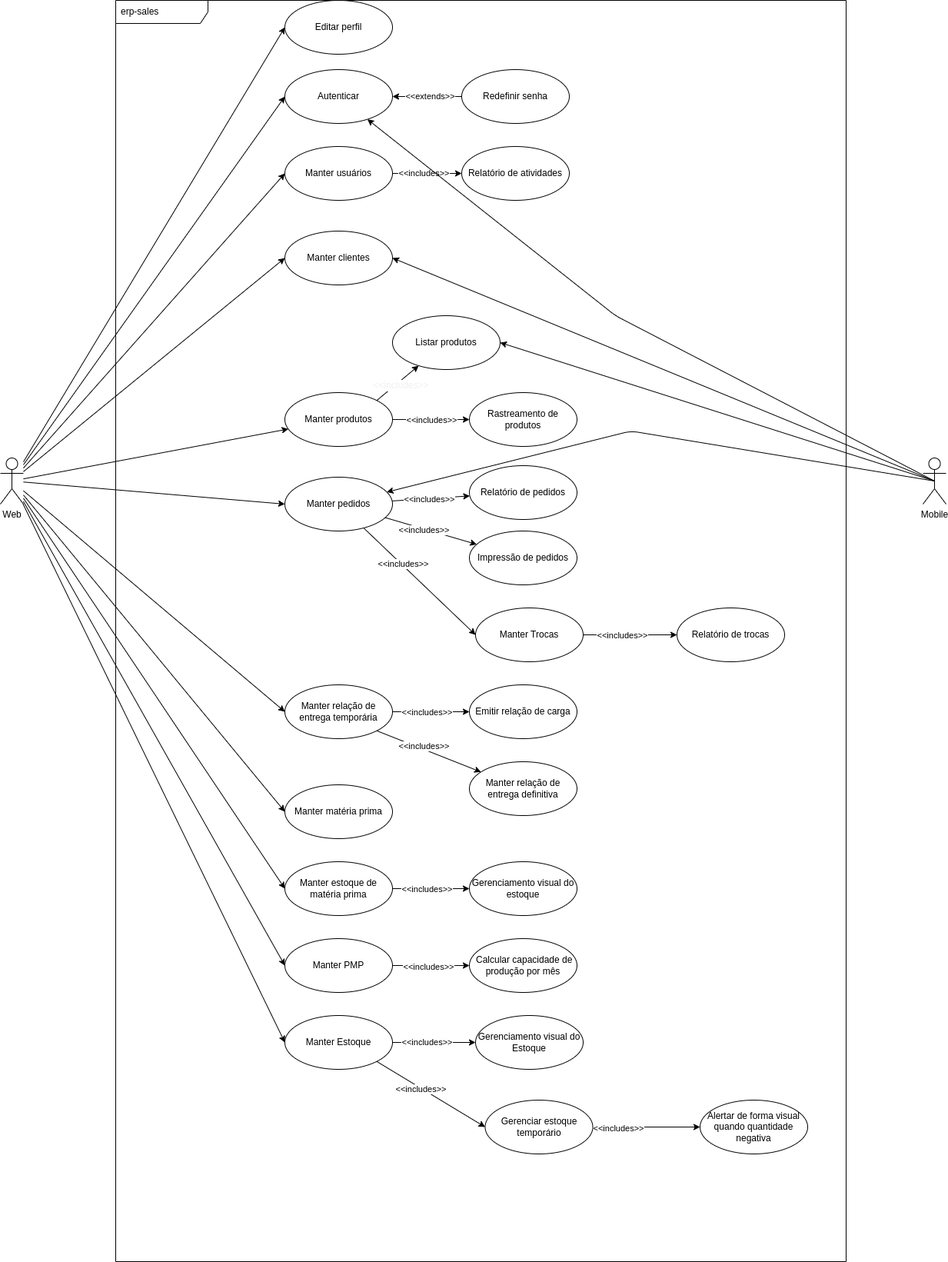
Above: documentation/usecase-diagram.png in gabrielmrenno/erp_sales (draw.io), before the change. Source tidied: cells renumbered, new cells last; positions are measured from the earlier drawing's top-left corner, leaving out a move shared by most shapes.
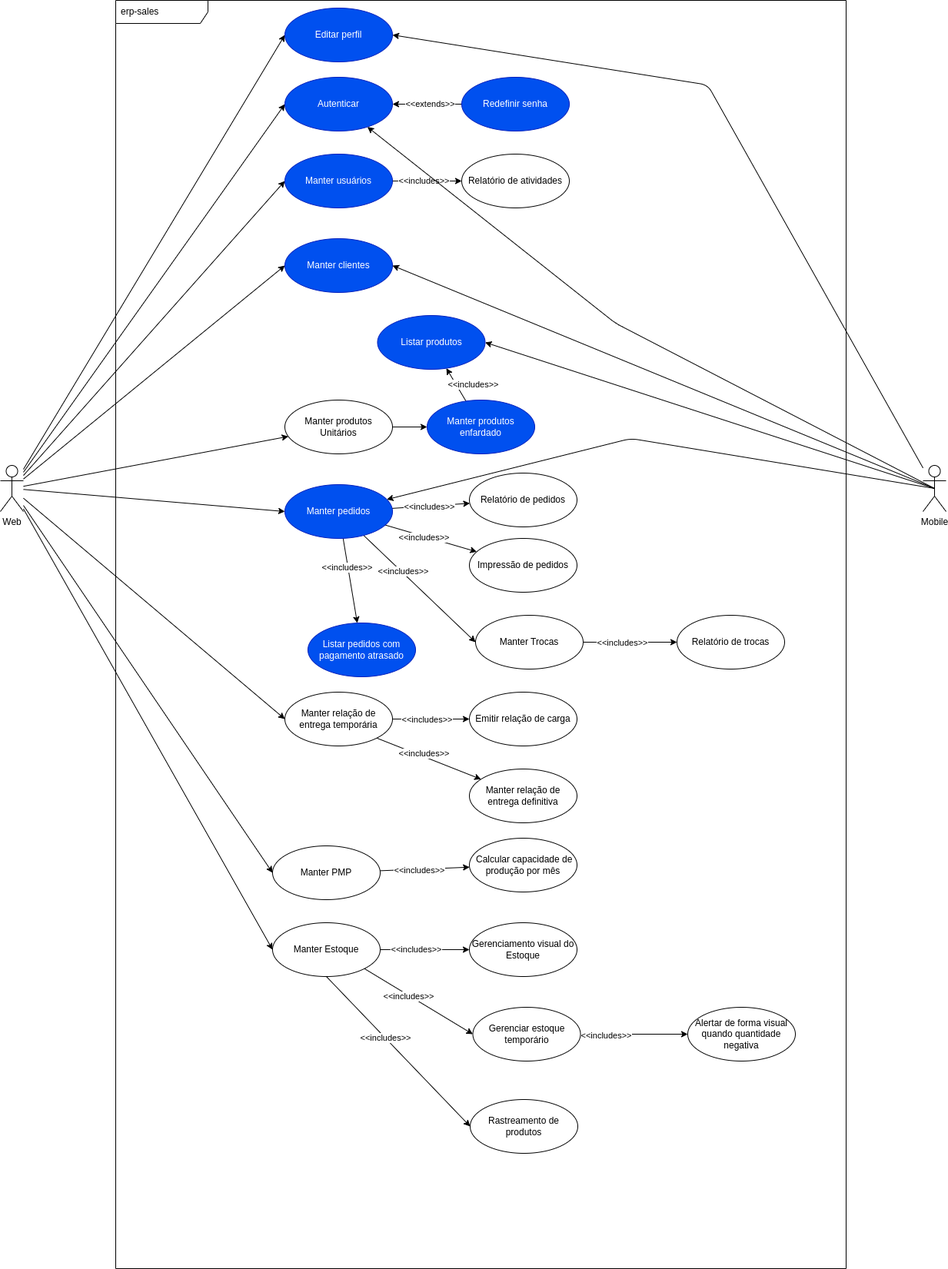
Later version of the same file.

Diff of the diagram source:
```diff
@@ -3,7 +3,7 @@
     <mxCell id="0" />
     <mxCell id="1" parent="0" />
     <mxCell id="2" value="erp-sales" style="shape=umlFrame;whiteSpace=wrap;html=1;width=120;height=30;boundedLbl=1;verticalAlign=middle;align=left;spacingLeft=5;" parent="1" vertex="1">
-      <mxGeometry x="150" width="950" height="1640" as="geometry" />
+      <mxGeometry x="150" y="-10" width="950" height="1650" as="geometry" />
     </mxCell>
     <mxCell id="3" style="edgeStyle=none;html=1;entryX=0;entryY=0.5;entryDx=0;entryDy=0;" parent="1" edge="1" source="14" target="17">
       <mxGeometry relative="1" as="geometry" />
@@ -23,12 +23,6 @@
     <mxCell id="8" style="edgeStyle=none;html=1;entryX=0;entryY=0.5;entryDx=0;entryDy=0;" parent="1" edge="1" source="14" target="55">
       <mxGeometry relative="1" as="geometry" />
     </mxCell>
-    <mxCell id="9" style="edgeStyle=none;html=1;entryX=0;entryY=0.5;entryDx=0;entryDy=0;" parent="1" edge="1" source="14" target="32">
-      <mxGeometry relative="1" as="geometry" />
-    </mxCell>
-    <mxCell id="10" style="edgeStyle=none;html=1;entryX=0;entryY=0.5;entryDx=0;entryDy=0;" parent="1" edge="1" source="14" target="35">
-      <mxGeometry relative="1" as="geometry" />
-    </mxCell>
     <mxCell id="11" style="edgeStyle=none;html=1;entryX=0;entryY=0.5;entryDx=0;entryDy=0;" parent="1" edge="1" source="14" target="41">
       <mxGeometry relative="1" as="geometry" />
     </mxCell>
@@ -49,24 +43,27 @@
         <mxPoint x="5" y="-2" as="offset" />
       </mxGeometry>
     </mxCell>
-    <mxCell id="17" value="Manter usuários" style="ellipse;whiteSpace=wrap;html=1;" parent="1" vertex="1">
+    <mxCell id="17" value="Manter usuários" style="ellipse;whiteSpace=wrap;html=1;fillColor=#0050ef;fontColor=#ffffff;strokeColor=#001DBC;" parent="1" vertex="1">
       <mxGeometry x="370" y="190" width="140" height="70" as="geometry" />
     </mxCell>
-    <mxCell id="18" value="Autenticar" style="ellipse;whiteSpace=wrap;html=1;" parent="1" vertex="1">
+    <mxCell id="18" value="Autenticar" style="ellipse;whiteSpace=wrap;html=1;fillColor=#0050ef;fontColor=#ffffff;strokeColor=#001DBC;" parent="1" vertex="1">
       <mxGeometry x="370" y="90" width="140" height="70" as="geometry" />
     </mxCell>
-    <mxCell id="19" value="Manter clientes" style="ellipse;whiteSpace=wrap;html=1;" parent="1" vertex="1">
+    <mxCell id="19" value="Manter clientes" style="ellipse;whiteSpace=wrap;html=1;fillColor=#0050ef;fontColor=#ffffff;strokeColor=#001DBC;" parent="1" vertex="1">
       <mxGeometry x="370" y="300" width="140" height="70" as="geometry" />
     </mxCell>
-    <mxCell id="20" style="edgeStyle=none;html=1;exitX=1;exitY=0;exitDx=0;exitDy=0;fontFamily=Helvetica;fontSize=12;fontColor=rgb(240, 240, 240);" parent="1" edge="1" source="22" target="77">
+    <mxCell id="20" style="edgeStyle=none;html=1;fontFamily=Helvetica;fontSize=12;fontColor=rgb(240, 240, 240);" parent="1" edge="1" source="86" target="77">
       <mxGeometry relative="1" as="geometry" />
     </mxCell>
-    <mxCell id="21" value="&amp;lt;&amp;lt;includes&amp;gt;&amp;gt;" style="edgeLabel;html=1;align=center;verticalAlign=middle;fontSize=12;fontFamily=Helvetica;fontColor=rgb(240, 240, 240);" parent="20" vertex="1">
+    <mxCell id="21" value="&amp;lt;&amp;lt;includes&amp;gt;&amp;gt;" style="edgeLabel;html=1;align=center;verticalAlign=middle;fontSize=11;fontFamily=Helvetica;fontColor=default;" parent="20" vertex="1">
       <mxGeometry x="-0.44" y="-2" relative="1" as="geometry">
         <mxPoint x="14" y="-9" as="offset" />
       </mxGeometry>
     </mxCell>
+    <mxCell id="79" style="edgeStyle=none;html=1;" parent="1" edge="1" source="22" target="86">
+      <mxGeometry relative="1" as="geometry" />
+    </mxCell>
-    <mxCell id="22" value="Manter produtos" style="ellipse;whiteSpace=wrap;html=1;" parent="1" vertex="1">
+    <mxCell id="22" value="Manter produtos Unitários" style="ellipse;whiteSpace=wrap;html=1;" parent="1" vertex="1">
       <mxGeometry x="370" y="510" width="140" height="70" as="geometry" />
     </mxCell>
     <mxCell id="23" style="edgeStyle=none;html=1;" parent="1" edge="1" source="31" target="44">
@@ -77,14 +74,6 @@
         <mxPoint x="11" y="-1" as="offset" />
       </mxGeometry>
     </mxCell>
-    <mxCell id="25" style="edgeStyle=none;html=1;exitX=1;exitY=0.5;exitDx=0;exitDy=0;entryX=0;entryY=0.5;entryDx=0;entryDy=0;" parent="1" edge="1" source="22" target="46">
-      <mxGeometry relative="1" as="geometry" />
-    </mxCell>
-    <mxCell id="26" value="&amp;lt;&amp;lt;includes&amp;gt;&amp;gt;" style="edgeLabel;html=1;align=center;verticalAlign=middle;" parent="25" vertex="1">
-      <mxGeometry x="-0.4" relative="1" as="geometry">
-        <mxPoint x="20" as="offset" />
-      </mxGeometry>
-    </mxCell>
     <mxCell id="27" style="edgeStyle=none;html=1;" parent="1" edge="1" source="31" target="50">
       <mxGeometry relative="1" as="geometry" />
     </mxCell>
@@ -99,23 +88,15 @@
     <mxCell id="30" value="&amp;lt;&amp;lt;includes&amp;gt;&amp;gt;" style="edgeLabel;html=1;align=center;verticalAlign=middle;" parent="29" vertex="1">
       <mxGeometry x="-0.31" y="2" relative="1" as="geometry" />
     </mxCell>
+    <mxCell id="80" style="edgeStyle=none;html=1;" parent="1" edge="1" source="31" target="85">
+      <mxGeometry relative="1" as="geometry" />
+    </mxCell>
+    <mxCell id="81" value="&amp;lt;&amp;lt;includes&amp;gt;&amp;gt;" style="edgeLabel;html=1;align=center;verticalAlign=middle;" parent="80" vertex="1">
+      <mxGeometry x="-0.31" y="-2" relative="1" as="geometry" />
+    </mxCell>
-    <mxCell id="31" value="Manter pedidos" style="ellipse;whiteSpace=wrap;html=1;" parent="1" vertex="1">
+    <mxCell id="31" value="Manter pedidos" style="ellipse;whiteSpace=wrap;html=1;fillColor=#0050ef;fontColor=#ffffff;strokeColor=#001DBC;" parent="1" vertex="1">
       <mxGeometry x="370" y="620" width="140" height="70" as="geometry" />
     </mxCell>
-    <mxCell id="32" value="Manter matéria prima" style="ellipse;whiteSpace=wrap;html=1;" parent="1" vertex="1">
-      <mxGeometry x="370" y="1020" width="140" height="70" as="geometry" />
-    </mxCell>
-    <mxCell id="33" style="edgeStyle=none;html=1;" parent="1" edge="1" source="35" target="45">
-      <mxGeometry relative="1" as="geometry" />
-    </mxCell>
-    <mxCell id="34" value="&amp;lt;&amp;lt;includes&amp;gt;&amp;gt;" style="edgeLabel;html=1;align=center;verticalAlign=middle;" parent="33" vertex="1">
-      <mxGeometry x="-0.54" y="-1" relative="1" as="geometry">
-        <mxPoint x="21" y="-1" as="offset" />
-      </mxGeometry>
-    </mxCell>
-    <mxCell id="35" value="Manter estoque de matéria prima" style="ellipse;whiteSpace=wrap;html=1;" parent="1" vertex="1">
-      <mxGeometry x="370" y="1120" width="140" height="70" as="geometry" />
-    </mxCell>
     <mxCell id="36" style="edgeStyle=none;html=1;" parent="1" edge="1" source="38" target="48">
       <mxGeometry relative="1" as="geometry" />
     </mxCell>
@@ -125,7 +106,7 @@
       </mxGeometry>
     </mxCell>
     <mxCell id="38" value="Manter PMP" style="ellipse;whiteSpace=wrap;html=1;" parent="1" vertex="1">
-      <mxGeometry x="370" y="1220" width="140" height="70" as="geometry" />
+      <mxGeometry x="354" y="1090" width="140" height="70" as="geometry" />
     </mxCell>
     <mxCell id="39" style="edgeStyle=none;html=1;" parent="1" edge="1" source="41" target="47">
       <mxGeometry relative="1" as="geometry" />
@@ -136,7 +117,7 @@
       </mxGeometry>
     </mxCell>
     <mxCell id="41" value="Manter Estoque" style="ellipse;whiteSpace=wrap;html=1;" parent="1" vertex="1">
-      <mxGeometry x="370" y="1320" width="140" height="70" as="geometry" />
+      <mxGeometry x="354" y="1190" width="140" height="70" as="geometry" />
     </mxCell>
     <mxCell id="42" style="edgeStyle=none;html=1;" parent="1" edge="1">
       <mxGeometry relative="1" as="geometry">
@@ -151,17 +132,11 @@
     <mxCell id="44" value="Relatório de pedidos" style="ellipse;whiteSpace=wrap;html=1;" parent="1" vertex="1">
       <mxGeometry x="610" y="605" width="140" height="70" as="geometry" />
     </mxCell>
-    <mxCell id="45" value="Gerenciamento visual do estoque" style="ellipse;whiteSpace=wrap;html=1;" parent="1" vertex="1">
-      <mxGeometry x="610" y="1120" width="140" height="70" as="geometry" />
-    </mxCell>
-    <mxCell id="46" value="Rastreamento de produtos" style="ellipse;whiteSpace=wrap;html=1;" parent="1" vertex="1">
-      <mxGeometry x="610" y="510" width="140" height="70" as="geometry" />
-    </mxCell>
     <mxCell id="47" value="Gerenciamento visual do Estoque" style="ellipse;whiteSpace=wrap;html=1;" parent="1" vertex="1">
-      <mxGeometry x="618" y="1320" width="140" height="70" as="geometry" />
+      <mxGeometry x="610" y="1190" width="140" height="70" as="geometry" />
     </mxCell>
     <mxCell id="48" value="&amp;nbsp;Calcular capacidade de produção por mês" style="ellipse;whiteSpace=wrap;html=1;" parent="1" vertex="1">
-      <mxGeometry x="610" y="1220" width="140" height="70" as="geometry" />
+      <mxGeometry x="610" y="1080" width="140" height="70" as="geometry" />
     </mxCell>
     <mxCell id="49" value="Relatório de atividades" style="ellipse;whiteSpace=wrap;html=1;" parent="1" vertex="1">
       <mxGeometry x="600" y="190" width="140" height="70" as="geometry" />
@@ -199,7 +174,7 @@
         <mxPoint x="-13" y="-2" as="offset" />
       </mxGeometry>
     </mxCell>
-    <mxCell id="59" value="Redefinir senha" style="ellipse;whiteSpace=wrap;html=1;" parent="1" vertex="1">
+    <mxCell id="59" value="Redefinir senha" style="ellipse;whiteSpace=wrap;html=1;fillColor=#0050ef;fontColor=#ffffff;strokeColor=#001DBC;" parent="1" vertex="1">
       <mxGeometry x="600" y="90" width="140" height="70" as="geometry" />
     </mxCell>
     <mxCell id="60" style="edgeStyle=none;html=1;" parent="1" edge="1">
@@ -207,7 +182,7 @@
         <mxPoint x="750" y="1055" as="sourcePoint" />
       </mxGeometry>
     </mxCell>
-    <mxCell id="61" value="Editar perfil" style="ellipse;whiteSpace=wrap;html=1;" parent="1" vertex="1">
+    <mxCell id="61" value="Editar perfil" style="ellipse;whiteSpace=wrap;html=1;fillColor=#0050ef;fontColor=#ffffff;strokeColor=#001DBC;" parent="1" vertex="1">
       <mxGeometry x="370" width="140" height="70" as="geometry" />
     </mxCell>
     <mxCell id="62" style="edgeStyle=none;html=1;" parent="1" edge="1" source="64" target="65">
@@ -242,10 +217,10 @@
       </mxGeometry>
     </mxCell>
     <mxCell id="71" value="Gerenciar estoque temporário" style="ellipse;whiteSpace=wrap;html=1;" parent="1" vertex="1">
-      <mxGeometry x="630.5" y="1430" width="140" height="70" as="geometry" />
+      <mxGeometry x="614.5" y="1300" width="140" height="70" as="geometry" />
     </mxCell>
     <mxCell id="72" value="Alertar de forma visual quando quantidade negativa" style="ellipse;whiteSpace=wrap;html=1;" parent="1" vertex="1">
-      <mxGeometry x="910" y="1430" width="140" height="70" as="geometry" />
+      <mxGeometry x="894" y="1300" width="140" height="70" as="geometry" />
     </mxCell>
     <mxCell id="73" style="edgeStyle=none;html=1;fontFamily=Helvetica;fontSize=12;fontColor=rgb(240, 240, 240);exitX=0.5;exitY=0.5;exitDx=0;exitDy=0;exitPerimeter=0;" parent="1" edge="1" source="78" target="18">
       <mxGeometry relative="1" as="geometry">
@@ -267,11 +242,35 @@
     <mxCell id="76" style="edgeStyle=none;html=1;entryX=1;entryY=0.5;entryDx=0;entryDy=0;fontFamily=Helvetica;fontSize=12;fontColor=rgb(240, 240, 240);exitX=0.5;exitY=0.5;exitDx=0;exitDy=0;exitPerimeter=0;" parent="1" edge="1" source="78" target="77">
       <mxGeometry relative="1" as="geometry" />
     </mxCell>
-    <mxCell id="77" value="Listar produtos" style="ellipse;whiteSpace=wrap;html=1;" parent="1" vertex="1">
-      <mxGeometry x="510" y="410" width="140" height="70" as="geometry" />
+    <mxCell id="77" value="Listar produtos" style="ellipse;whiteSpace=wrap;html=1;fillColor=#0050ef;fontColor=#ffffff;strokeColor=#001DBC;" parent="1" vertex="1">
+      <mxGeometry x="490.5" y="400" width="140" height="70" as="geometry" />
     </mxCell>
+    <mxCell id="82" style="edgeStyle=none;html=1;entryX=1;entryY=0.5;entryDx=0;entryDy=0;" parent="1" edge="1" source="78" target="61">
+      <mxGeometry relative="1" as="geometry">
+        <Array as="points">
+          <mxPoint x="920" y="100" />
+        </Array>
+      </mxGeometry>
+    </mxCell>
     <mxCell id="78" value="Mobile" style="shape=umlActor;verticalLabelPosition=bottom;verticalAlign=top;html=1;" parent="1" vertex="1">
       <mxGeometry x="1200" y="595" width="30" height="60" as="geometry" />
     </mxCell>
+    <mxCell id="83" style="edgeStyle=none;html=1;exitX=0.5;exitY=1;exitDx=0;exitDy=0;entryX=0;entryY=0.5;entryDx=0;entryDy=0;" parent="1" edge="1" source="41" target="46">
+      <mxGeometry relative="1" as="geometry" />
+    </mxCell>
+    <mxCell id="84" value="&amp;lt;&amp;lt;includes&amp;gt;&amp;gt;" style="edgeLabel;html=1;align=center;verticalAlign=middle;" parent="83" vertex="1">
+      <mxGeometry x="-0.4" relative="1" as="geometry">
+        <mxPoint x="20" y="21" as="offset" />
+      </mxGeometry>
+    </mxCell>
+    <mxCell id="46" value="Rastreamento de produtos" style="ellipse;whiteSpace=wrap;html=1;" parent="1" vertex="1">
+      <mxGeometry x="611" y="1420" width="140" height="70" as="geometry" />
+    </mxCell>
+    <mxCell id="85" value="Listar pedidos com pagamento atrasado" style="ellipse;whiteSpace=wrap;html=1;fillColor=#0050ef;fontColor=#ffffff;strokeColor=#001DBC;" parent="1" vertex="1">
+      <mxGeometry x="400" y="800" width="140" height="70" as="geometry" />
+    </mxCell>
+    <mxCell id="86" value="Manter produtos enfardado" style="ellipse;whiteSpace=wrap;html=1;fillColor=#0050ef;fontColor=#ffffff;strokeColor=#001DBC;" parent="1" vertex="1">
+      <mxGeometry x="555" y="510" width="140" height="70" as="geometry" />
+    </mxCell>
   </root>
 </mxGraphModel>
```
